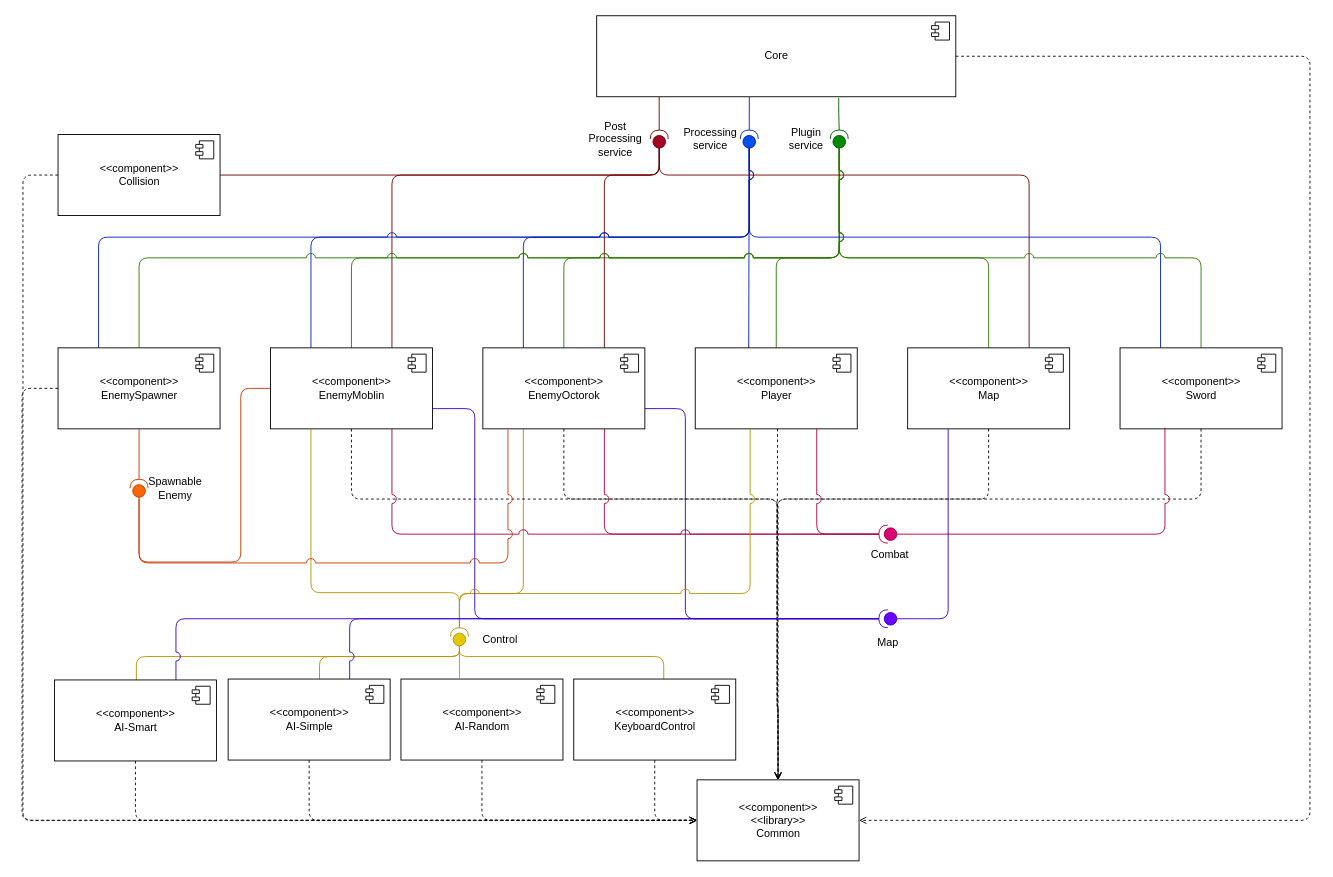
Before: docs/diagrams/components-v-2.0.drawio in sesem4/Nelda, a draw.io diagram. Source tidied: cells renumbered, new cells numbered last; positions are measured from the earlier drawing's top-left corner, leaving out a move shared by most shapes. Both pictures are drawn from the tidied source at 90%, with x=0, y=0 at pixel (22, 15).
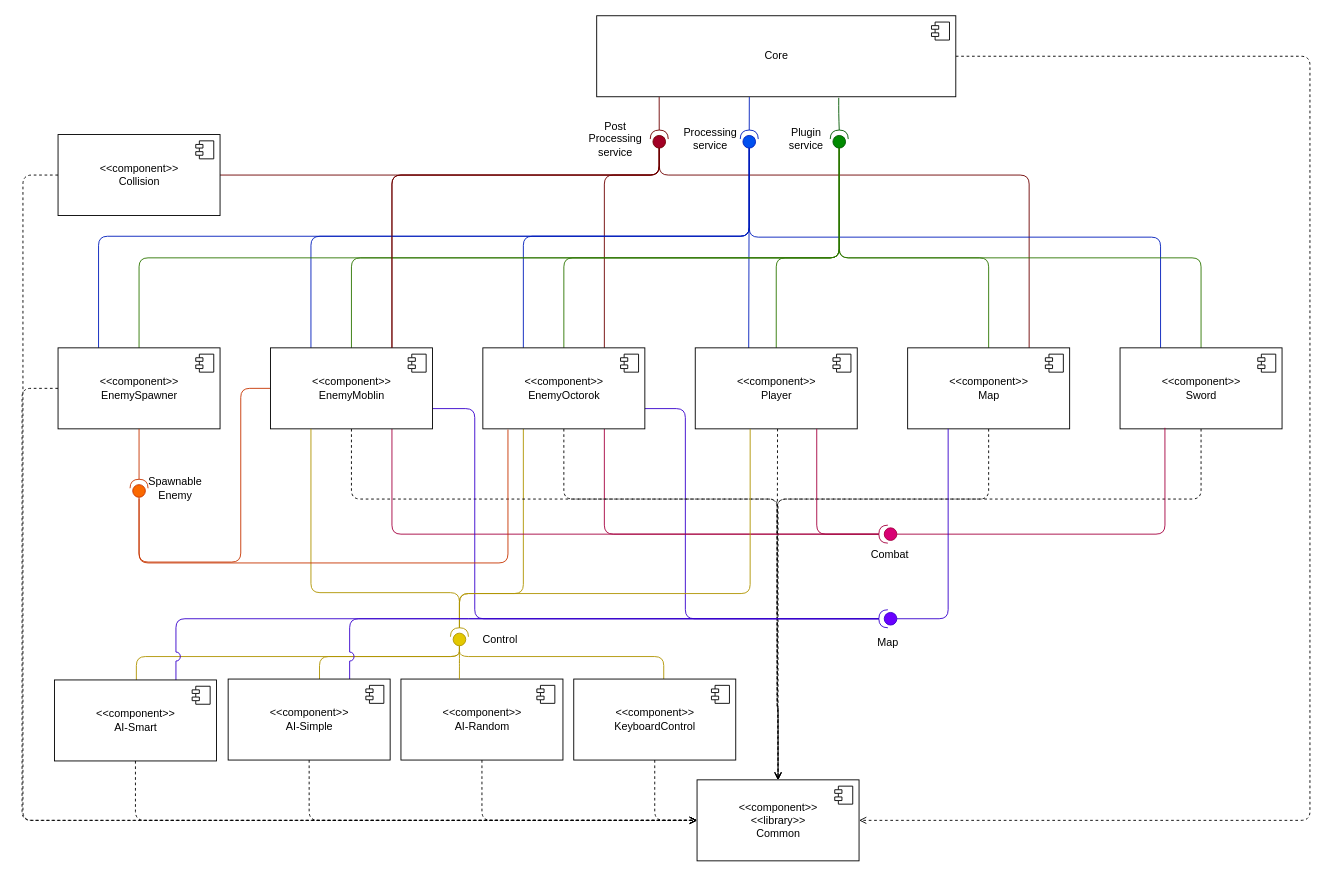
The same page after the edit.

Commit message:
implementation component diagram update

Unchanged cells that the change refers to:
```xml
<mxCell id="9" value="&amp;lt;&amp;lt;component&amp;gt;&amp;gt;&lt;br&gt;Player" style="html=1;" parent="1" vertex="1">
  <mxGeometry x="748" y="369" width="180" height="90" as="geometry" />
</mxCell>
<mxCell id="12" style="shape=providedRequiredInterface;html=1;verticalLabelPosition=bottom;rotation=-90;fillColor=#0050ef;fontColor=#ffffff;strokeColor=#001DBC;" parent="1" vertex="1">
  <mxGeometry x="798" y="127" width="20" height="20" as="geometry" />
</mxCell>
<mxCell id="20" value="&amp;lt;&amp;lt;component&amp;gt;&amp;gt;&lt;br&gt;EnemyOctorok" style="html=1;" parent="1" vertex="1">
  <mxGeometry x="512" y="369" width="180" height="90" as="geometry" />
</mxCell>
<mxCell id="25" value="&amp;lt;&amp;lt;component&amp;gt;&amp;gt;&lt;br&gt;Map" style="html=1;" parent="1" vertex="1">
  <mxGeometry x="984" y="369" width="180" height="90" as="geometry" />
</mxCell>
<mxCell id="30" value="&amp;lt;&amp;lt;component&amp;gt;&amp;gt;&lt;br&gt;Sword" style="html=1;" parent="1" vertex="1">
  <mxGeometry x="1220" y="369" width="180" height="90" as="geometry" />
</mxCell>
<mxCell id="40" value="&amp;lt;&amp;lt;component&amp;gt;&amp;gt;&lt;br&gt;EnemyMoblin" style="html=1;" parent="1" vertex="1">
  <mxGeometry x="276" y="369" width="180" height="90" as="geometry" />
</mxCell>
<mxCell id="49" style="shape=providedRequiredInterface;html=1;verticalLabelPosition=bottom;rotation=-90;fillColor=#008a00;fontColor=#ffffff;strokeColor=#005700;" parent="1" vertex="1">
  <mxGeometry x="898" y="127" width="20" height="20" as="geometry" />
</mxCell>
<mxCell id="64" style="shape=providedRequiredInterface;html=1;verticalLabelPosition=bottom;sketch=0;rotation=-90;fillColor=#e3c800;fontColor=#000000;strokeColor=#B09500;" parent="1" vertex="1">
  <mxGeometry x="476" y="680" width="20" height="20" as="geometry" />
</mxCell>
<mxCell id="69" value="&amp;lt;&amp;lt;component&amp;gt;&amp;gt;&lt;br&gt;EnemySpawner" style="html=1;" parent="1" vertex="1">
  <mxGeometry x="40" y="369" width="180" height="90" as="geometry" />
</mxCell>
<mxCell id="72" style="shape=providedRequiredInterface;html=1;verticalLabelPosition=bottom;sketch=0;rotation=-90;fillColor=#fa6800;fontColor=#000000;strokeColor=#C73500;" parent="1" vertex="1">
  <mxGeometry x="120" y="515" width="20" height="20" as="geometry" />
</mxCell>
<mxCell id="74" value="Spawnable Enemy" style="text;html=1;strokeColor=none;fillColor=none;align=center;verticalAlign=middle;whiteSpace=wrap;rounded=0;" parent="1" vertex="1">
  <mxGeometry x="130" y="502" width="81" height="46" as="geometry" />
</mxCell>
<mxCell id="76" style="shape=providedRequiredInterface;html=1;verticalLabelPosition=bottom;sketch=0;rotation=-180;fillColor=#d80073;fontColor=#ffffff;strokeColor=#A50040;" parent="1" vertex="1">
  <mxGeometry x="952" y="566" width="20" height="20" as="geometry" />
</mxCell>
```

Change to the diagram source:
```diff
@@
-    <mxCell id="8" style="edgeStyle=orthogonalEdgeStyle;jumpStyle=arc;jumpSize=10;html=1;endArrow=none;endFill=0;entryX=0;entryY=0.5;entryDx=0;entryDy=0;entryPerimeter=0;fillColor=#60a917;strokeColor=#2D7600;" parent="1" edge="1" source="9" target="49">
+    <mxCell id="8" style="edgeStyle=orthogonalEdgeStyle;jumpStyle=none;jumpSize=10;html=1;endArrow=none;endFill=0;entryX=0;entryY=0.5;entryDx=0;entryDy=0;entryPerimeter=0;fillColor=#60a917;strokeColor=#2D7600;" parent="1" edge="1" source="9" target="49">
       <mxGeometry relative="1" as="geometry">
         <Array as="points">
           <mxPoint x="838" y="269" />
           <mxPoint x="908" y="269" />
         </Array>
       </mxGeometry>
     </mxCell>
@@
     <mxCell id="14" style="edgeStyle=orthogonalEdgeStyle;jumpStyle=arc;jumpSize=10;html=1;entryX=0;entryY=0.5;entryDx=0;entryDy=0;entryPerimeter=0;endArrow=none;endFill=0;exitX=0.25;exitY=0;exitDx=0;exitDy=0;fillColor=#0050ef;strokeColor=#001DBC;" parent="1" edge="1" source="20" target="12">
       <mxGeometry relative="1" as="geometry">
         <Array as="points">
-          <mxPoint x="557" y="246" />
-          <mxPoint x="808" y="246" />
+          <mxPoint x="557" y="245" />
+          <mxPoint x="808" y="245" />
         </Array>
       </mxGeometry>
     </mxCell>
-    <mxCell id="15" style="edgeStyle=orthogonalEdgeStyle;jumpStyle=arc;jumpSize=10;html=1;exitX=0.5;exitY=0;exitDx=0;exitDy=0;entryX=0;entryY=0.5;entryDx=0;entryDy=0;entryPerimeter=0;endArrow=none;endFill=0;fillColor=#60a917;strokeColor=#2D7600;" parent="1" edge="1" source="20" target="49">
+    <mxCell id="15" style="edgeStyle=orthogonalEdgeStyle;jumpStyle=none;jumpSize=10;html=1;exitX=0.5;exitY=0;exitDx=0;exitDy=0;entryX=0;entryY=0.5;entryDx=0;entryDy=0;entryPerimeter=0;endArrow=none;endFill=0;fillColor=#60a917;strokeColor=#2D7600;" parent="1" edge="1" source="20" target="49">
       <mxGeometry relative="1" as="geometry">
         <Array as="points">
           <mxPoint x="602" y="269" />
           <mxPoint x="908" y="269" />
         </Array>
       </mxGeometry>
     </mxCell>
@@
-    <mxCell id="17" style="edgeStyle=orthogonalEdgeStyle;rounded=1;jettySize=auto;html=1;exitX=0.75;exitY=1;exitDx=0;exitDy=0;entryX=1;entryY=0.5;entryDx=0;entryDy=0;entryPerimeter=0;startArrow=none;startFill=0;endArrow=none;endFill=0;jumpStyle=arc;jumpSize=10;fillColor=#d80073;strokeColor=#A50040;" parent="1" edge="1" source="20" target="76">
+    <mxCell id="17" style="edgeStyle=orthogonalEdgeStyle;rounded=1;jettySize=auto;html=1;exitX=0.75;exitY=1;exitDx=0;exitDy=0;entryX=1;entryY=0.5;entryDx=0;entryDy=0;entryPerimeter=0;startArrow=none;startFill=0;endArrow=none;endFill=0;jumpStyle=none;jumpSize=10;fillColor=#d80073;strokeColor=#A50040;" parent="1" edge="1" source="20" target="76">
       <mxGeometry relative="1" as="geometry" />
     </mxCell>
@@
-    <mxCell id="23" style="edgeStyle=orthogonalEdgeStyle;jumpStyle=arc;jumpSize=10;html=1;entryX=0;entryY=0.5;entryDx=0;entryDy=0;entryPerimeter=0;endArrow=none;endFill=0;fillColor=#60a917;strokeColor=#2D7600;" parent="1" edge="1" source="25" target="49">
+    <mxCell id="23" style="edgeStyle=orthogonalEdgeStyle;jumpStyle=none;jumpSize=10;html=1;entryX=0;entryY=0.5;entryDx=0;entryDy=0;entryPerimeter=0;endArrow=none;endFill=0;fillColor=#60a917;strokeColor=#2D7600;" parent="1" edge="1" source="25" target="49">
       <mxGeometry relative="1" as="geometry">
         <Array as="points">
           <mxPoint x="1074" y="269" />
           <mxPoint x="908" y="269" />
         </Array>
       </mxGeometry>
     </mxCell>
@@
-    <mxCell id="29" style="edgeStyle=orthogonalEdgeStyle;jumpStyle=arc;jumpSize=10;html=1;entryX=0;entryY=0.5;entryDx=0;entryDy=0;entryPerimeter=0;endArrow=none;endFill=0;fillColor=#60a917;strokeColor=#2D7600;" parent="1" edge="1" source="30" target="49">
+    <mxCell id="29" style="edgeStyle=orthogonalEdgeStyle;jumpStyle=none;jumpSize=10;html=1;entryX=0;entryY=0.5;entryDx=0;entryDy=0;entryPerimeter=0;endArrow=none;endFill=0;fillColor=#60a917;strokeColor=#2D7600;" parent="1" edge="1" source="30" target="49">
       <mxGeometry relative="1" as="geometry">
         <Array as="points">
           <mxPoint x="1310" y="269" />
           <mxPoint x="908" y="269" />
         </Array>
       </mxGeometry>
     </mxCell>
@@
-    <mxCell id="34" style="edgeStyle=orthogonalEdgeStyle;jumpStyle=arc;jumpSize=10;html=1;entryX=0;entryY=0.5;entryDx=0;entryDy=0;entryPerimeter=0;endArrow=none;endFill=0;fillColor=#fa6800;strokeColor=#C73500;" parent="1" edge="1" source="40" target="72">
+    <mxCell id="34" style="edgeStyle=orthogonalEdgeStyle;jumpStyle=none;jumpSize=10;html=1;entryX=0;entryY=0.5;entryDx=0;entryDy=0;entryPerimeter=0;endArrow=none;endFill=0;fillColor=#fa6800;strokeColor=#C73500;" parent="1" edge="1" source="40" target="72">
       <mxGeometry relative="1" as="geometry">
         <Array as="points">
           <mxPoint x="243" y="414" />
           <mxPoint x="243" y="607" />
           <mxPoint x="130" y="607" />
         </Array>
       </mxGeometry>
     </mxCell>
-    <mxCell id="35" style="edgeStyle=orthogonalEdgeStyle;jumpStyle=arc;jumpSize=10;html=1;exitX=0.5;exitY=0;exitDx=0;exitDy=0;entryX=0;entryY=0.5;entryDx=0;entryDy=0;entryPerimeter=0;endArrow=none;endFill=0;fillColor=#60a917;strokeColor=#2D7600;" parent="1" edge="1" source="40" target="49">
+    <mxCell id="35" style="edgeStyle=orthogonalEdgeStyle;jumpStyle=none;jumpSize=10;html=1;exitX=0.5;exitY=0;exitDx=0;exitDy=0;entryX=0;entryY=0.5;entryDx=0;entryDy=0;entryPerimeter=0;endArrow=none;endFill=0;fillColor=#60a917;strokeColor=#2D7600;" parent="1" edge="1" source="40" target="49">
       <mxGeometry relative="1" as="geometry">
         <Array as="points">
           <mxPoint x="366" y="269" />
           <mxPoint x="908" y="269" />
         </Array>
       </mxGeometry>
     </mxCell>
-    <mxCell id="36" style="edgeStyle=orthogonalEdgeStyle;jumpStyle=arc;jumpSize=10;html=1;exitX=0.25;exitY=0;exitDx=0;exitDy=0;entryX=0;entryY=0.5;entryDx=0;entryDy=0;entryPerimeter=0;endArrow=none;endFill=0;fillColor=#0050ef;strokeColor=#001DBC;" parent="1" edge="1" source="40" target="12">
+    <mxCell id="36" style="edgeStyle=orthogonalEdgeStyle;jumpStyle=none;jumpSize=10;html=1;exitX=0.25;exitY=0;exitDx=0;exitDy=0;entryX=0;entryY=0.5;entryDx=0;entryDy=0;entryPerimeter=0;endArrow=none;endFill=0;fillColor=#0050ef;strokeColor=#001DBC;" parent="1" edge="1" source="40" target="12">
       <mxGeometry relative="1" as="geometry">
         <Array as="points">
-          <mxPoint x="321" y="246" />
-          <mxPoint x="808" y="246" />
+          <mxPoint x="321" y="245" />
+          <mxPoint x="808" y="245" />
         </Array>
       </mxGeometry>
     </mxCell>
-    <mxCell id="37" style="edgeStyle=orthogonalEdgeStyle;jumpStyle=arc;jumpSize=10;html=1;exitX=0.75;exitY=1;exitDx=0;exitDy=0;entryX=1;entryY=0.5;entryDx=0;entryDy=0;entryPerimeter=0;endArrow=none;endFill=0;fillColor=#d80073;strokeColor=#A50040;" parent="1" edge="1" source="40" target="76">
+    <mxCell id="37" style="edgeStyle=orthogonalEdgeStyle;jumpStyle=none;jumpSize=10;html=1;exitX=0.75;exitY=1;exitDx=0;exitDy=0;entryX=1;entryY=0.5;entryDx=0;entryDy=0;entryPerimeter=0;endArrow=none;endFill=0;fillColor=#d80073;strokeColor=#A50040;" parent="1" edge="1" source="40" target="76">
       <mxGeometry relative="1" as="geometry">
         <Array as="points">
           <mxPoint x="411" y="576" />
         </Array>
       </mxGeometry>
     </mxCell>
@@
-    <mxCell id="59" style="edgeStyle=orthogonalEdgeStyle;html=1;entryX=0.339;entryY=1.002;entryDx=0;entryDy=0;endArrow=none;endFill=0;jumpStyle=arc;jumpSize=10;entryPerimeter=0;fillColor=#e3c800;strokeColor=#B09500;" parent="1" edge="1" source="64" target="9">
+    <mxCell id="59" style="edgeStyle=orthogonalEdgeStyle;html=1;entryX=0.339;entryY=1.002;entryDx=0;entryDy=0;endArrow=none;endFill=0;jumpStyle=none;jumpSize=10;entryPerimeter=0;fillColor=#e3c800;strokeColor=#B09500;" parent="1" edge="1" source="64" target="9">
       <mxGeometry relative="1" as="geometry">
         <Array as="points">
           <mxPoint x="486" y="642" />
           <mxPoint x="809" y="642" />
         </Array>
       </mxGeometry>
     </mxCell>
@@
-    <mxCell id="66" style="edgeStyle=orthogonalEdgeStyle;jumpStyle=arc;jumpSize=10;html=1;exitX=0.25;exitY=0;exitDx=0;exitDy=0;entryX=0;entryY=0.5;entryDx=0;entryDy=0;entryPerimeter=0;endArrow=none;endFill=0;fillColor=#0050ef;strokeColor=#001DBC;" parent="1" edge="1" source="69" target="12">
+    <mxCell id="66" style="edgeStyle=orthogonalEdgeStyle;jumpStyle=none;jumpSize=10;html=1;exitX=0.25;exitY=0;exitDx=0;exitDy=0;entryX=0;entryY=0.5;entryDx=0;entryDy=0;entryPerimeter=0;endArrow=none;endFill=0;fillColor=#0050ef;strokeColor=#001DBC;" parent="1" edge="1" source="69" target="12">
       <mxGeometry relative="1" as="geometry">
         <Array as="points">
-          <mxPoint x="85" y="246" />
-          <mxPoint x="808" y="246" />
+          <mxPoint x="85" y="245" />
+          <mxPoint x="808" y="245" />
         </Array>
       </mxGeometry>
     </mxCell>
-    <mxCell id="67" style="edgeStyle=orthogonalEdgeStyle;jumpStyle=arc;jumpSize=10;html=1;entryX=0;entryY=0.5;entryDx=0;entryDy=0;entryPerimeter=0;endArrow=none;endFill=0;fillColor=#60a917;strokeColor=#2D7600;" parent="1" edge="1" source="69" target="49">
+    <mxCell id="67" style="edgeStyle=orthogonalEdgeStyle;jumpStyle=none;jumpSize=10;html=1;entryX=0;entryY=0.5;entryDx=0;entryDy=0;entryPerimeter=0;endArrow=none;endFill=0;fillColor=#60a917;strokeColor=#2D7600;" parent="1" edge="1" source="69" target="49">
       <mxGeometry relative="1" as="geometry">
         <Array as="points">
           <mxPoint x="130" y="269" />
           <mxPoint x="908" y="269" />
         </Array>
       </mxGeometry>
     </mxCell>
@@
-    <mxCell id="73" style="edgeStyle=orthogonalEdgeStyle;rounded=1;jumpStyle=arc;jumpSize=10;jettySize=auto;html=1;exitX=0;exitY=0.75;exitDx=0;exitDy=0;entryX=0.155;entryY=1.009;entryDx=0;entryDy=0;entryPerimeter=0;startArrow=none;startFill=0;endArrow=none;endFill=0;fillColor=#fa6800;strokeColor=#C73500;" parent="1" edge="1" source="74" target="20">
+    <mxCell id="73" style="edgeStyle=orthogonalEdgeStyle;rounded=1;jumpStyle=none;jumpSize=10;jettySize=auto;html=1;exitX=0;exitY=0.75;exitDx=0;exitDy=0;entryX=0.155;entryY=1.009;entryDx=0;entryDy=0;entryPerimeter=0;startArrow=none;startFill=0;endArrow=none;endFill=0;fillColor=#fa6800;strokeColor=#C73500;" parent="1" edge="1" source="74" target="20">
       <mxGeometry relative="1" as="geometry">
         <Array as="points">
           <mxPoint x="130" y="608" />
           <mxPoint x="540" y="608" />
         </Array>
       </mxGeometry>
     </mxCell>
@@
-    <mxCell id="75" style="edgeStyle=orthogonalEdgeStyle;jumpStyle=arc;jumpSize=10;html=1;exitX=0;exitY=0.5;exitDx=0;exitDy=0;exitPerimeter=0;entryX=0.277;entryY=0.987;entryDx=0;entryDy=0;entryPerimeter=0;endArrow=none;endFill=0;fillColor=#d80073;strokeColor=#A50040;" parent="1" edge="1" source="76" target="30">
+    <mxCell id="75" style="edgeStyle=orthogonalEdgeStyle;jumpStyle=none;jumpSize=10;html=1;exitX=0;exitY=0.5;exitDx=0;exitDy=0;exitPerimeter=0;entryX=0.277;entryY=0.987;entryDx=0;entryDy=0;entryPerimeter=0;endArrow=none;endFill=0;fillColor=#d80073;strokeColor=#A50040;" parent="1" edge="1" source="76" target="30">
       <mxGeometry relative="1" as="geometry" />
     </mxCell>
@@
-    <mxCell id="78" style="edgeStyle=orthogonalEdgeStyle;jumpStyle=arc;jumpSize=10;html=1;exitX=0.75;exitY=1;exitDx=0;exitDy=0;entryX=1;entryY=0.5;entryDx=0;entryDy=0;entryPerimeter=0;endArrow=none;endFill=0;fillColor=#d80073;strokeColor=#A50040;" parent="1" edge="1" source="9" target="76">
+    <mxCell id="78" style="edgeStyle=orthogonalEdgeStyle;jumpStyle=none;jumpSize=10;html=1;exitX=0.75;exitY=1;exitDx=0;exitDy=0;entryX=1;entryY=0.5;entryDx=0;entryDy=0;entryPerimeter=0;endArrow=none;endFill=0;fillColor=#d80073;strokeColor=#A50040;" parent="1" edge="1" source="9" target="76">
       <mxGeometry relative="1" as="geometry" />
     </mxCell>
@@
+    <mxCell id="91" style="edgeStyle=orthogonalEdgeStyle;rounded=1;jumpStyle=none;orthogonalLoop=1;jettySize=auto;html=1;exitX=0.75;exitY=0;exitDx=0;exitDy=0;entryX=0;entryY=0.5;entryDx=0;entryDy=0;entryPerimeter=0;endArrow=none;endFill=0;fillColor=#a20025;strokeColor=#6F0000;" parent="1" edge="1">
+      <mxGeometry relative="1" as="geometry">
+        <mxPoint x="411" y="369" as="sourcePoint" />
+        <mxPoint x="708" y="147" as="targetPoint" />
+        <Array as="points">
+          <mxPoint x="411" y="177" />
+          <mxPoint x="708" y="177" />
+        </Array>
+      </mxGeometry>
+    </mxCell>
```
